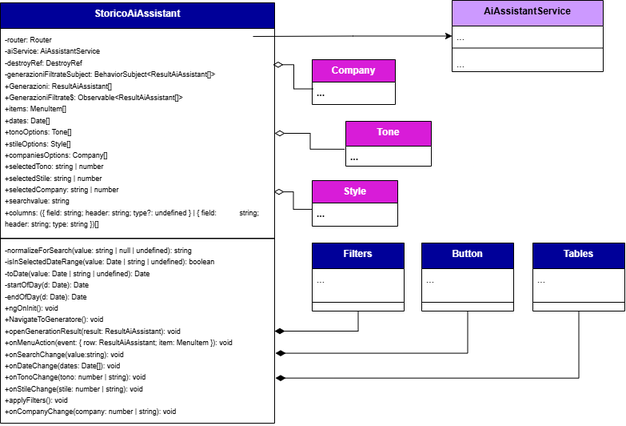
Earlier version of the draw.io export PB/SPECIFICA TECNICA/ImmaginiSpecificaTecnica/Frontend/storico-ai-assistant-page.drawio.png (BugBustersUnipd/DocumentazioneSWE). Source tidied: cells renumbered, new cells last; positions are measured from the earlier drawing's top-left corner, leaving out a move shared by most shapes.
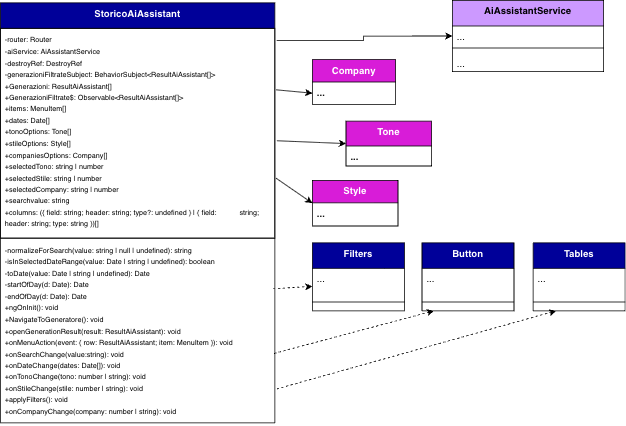
Above is the later version.

What changed in the source:
```diff
@@ -23,80 +23,76 @@
     <mxCell id="8" style="line;strokeWidth=1;fillColor=none;align=left;verticalAlign=middle;spacingTop=-1;spacingLeft=3;spacingRight=3;labelPosition=right;labelBackgroundColor=none;" parent="6" vertex="1">
       <mxGeometry y="63" width="115" height="22" as="geometry" />
     </mxCell>
-    <mxCell id="9" style="edgeStyle=orthogonalEdgeStyle;shape=connector;rounded=0;jettySize=auto;html=1;exitX=0.5;exitY=1;exitDx=0;exitDy=0;strokeColor=default;align=center;verticalAlign=middle;fontFamily=Helvetica;fontSize=11;fontColor=default;labelBackgroundColor=default;endArrow=diamondThin;endFill=1;endSize=10;" parent="1" edge="1" source="10" target="5">
-      <mxGeometry relative="1" as="geometry" />
+    <mxCell id="9" value="Filters" style="swimlane;fontStyle=1;align=center;verticalAlign=top;horizontal=1;startSize=32;whiteSpace=wrap;html=1;labelBackgroundColor=none;fillColor=#000099;strokeColor=default;fontColor=#ffffff;" parent="1" vertex="1">
+      <mxGeometry x="390" y="303" width="115" height="85" as="geometry" />
     </mxCell>
-    <mxCell id="10" value="Filters" style="swimlane;fontStyle=1;align=center;verticalAlign=top;horizontal=1;startSize=32;whiteSpace=wrap;html=1;labelBackgroundColor=none;fillColor=#000099;strokeColor=default;fontColor=#ffffff;" parent="1" vertex="1">
-      <mxGeometry x="390" y="303" width="115" height="85" as="geometry" />
+    <mxCell id="10" value="..." style="text;strokeColor=none;fillColor=none;align=left;verticalAlign=top;spacingLeft=4;spacingRight=4;overflow=hidden;points=[[0,0.5],[1,0.5]];portConstraint=eastwest;whiteSpace=wrap;html=1;labelBackgroundColor=none;" parent="9" vertex="1">
+      <mxGeometry y="32" width="115" height="31" as="geometry" />
     </mxCell>
-    <mxCell id="11" value="..." style="text;strokeColor=none;fillColor=none;align=left;verticalAlign=top;spacingLeft=4;spacingRight=4;overflow=hidden;whiteSpace=wrap;html=1;labelBackgroundColor=none;" parent="10" vertex="1">
-      <mxGeometry y="32" width="115" height="31" as="geometry" />
+    <mxCell id="11" style="line;strokeWidth=1;fillColor=none;align=left;verticalAlign=middle;spacingTop=-1;spacingLeft=3;spacingRight=3;labelPosition=right;labelBackgroundColor=none;" parent="9" vertex="1">
+      <mxGeometry y="63" width="115" height="22" as="geometry" />
     </mxCell>
-    <mxCell id="12" style="line;strokeWidth=1;fillColor=none;align=left;verticalAlign=middle;spacingTop=-1;spacingLeft=3;spacingRight=3;labelPosition=right;labelBackgroundColor=none;" parent="10" vertex="1">
-      <mxGeometry y="63" width="115" height="22" as="geometry" />
+    <mxCell id="12" value="Button" style="swimlane;fontStyle=1;align=center;verticalAlign=top;horizontal=1;startSize=32;whiteSpace=wrap;html=1;labelBackgroundColor=none;fillColor=#000099;strokeColor=default;fontColor=#ffffff;" parent="1" vertex="1">
+      <mxGeometry x="527" y="303" width="115" height="85" as="geometry" />
     </mxCell>
-    <mxCell id="13" value="Button" style="swimlane;fontStyle=1;align=center;verticalAlign=top;horizontal=1;startSize=32;whiteSpace=wrap;html=1;labelBackgroundColor=none;fillColor=#000099;strokeColor=default;fontColor=#ffffff;" parent="1" vertex="1">
-      <mxGeometry x="527" y="303" width="115" height="85" as="geometry" />
+    <mxCell id="13" value="..." style="text;strokeColor=none;fillColor=none;align=left;verticalAlign=top;spacingLeft=4;spacingRight=4;overflow=hidden;points=[[0,0.5],[1,0.5]];portConstraint=eastwest;whiteSpace=wrap;html=1;labelBackgroundColor=none;" parent="12" vertex="1">
+      <mxGeometry y="32" width="115" height="31" as="geometry" />
     </mxCell>
-    <mxCell id="14" value="..." style="text;strokeColor=none;fillColor=none;align=left;verticalAlign=top;spacingLeft=4;spacingRight=4;overflow=hidden;whiteSpace=wrap;html=1;labelBackgroundColor=none;" parent="13" vertex="1">
-      <mxGeometry y="32" width="115" height="31" as="geometry" />
+    <mxCell id="14" style="line;strokeWidth=1;fillColor=none;align=left;verticalAlign=middle;spacingTop=-1;spacingLeft=3;spacingRight=3;labelPosition=right;labelBackgroundColor=none;" parent="12" vertex="1">
+      <mxGeometry y="63" width="115" height="22" as="geometry" />
     </mxCell>
-    <mxCell id="15" style="line;strokeWidth=1;fillColor=none;align=left;verticalAlign=middle;spacingTop=-1;spacingLeft=3;spacingRight=3;labelPosition=right;points=[];portConstraint=eastwest;labelBackgroundColor=none;" parent="13" vertex="1">
-      <mxGeometry y="63" width="115" height="22" as="geometry" />
+    <mxCell id="15" value="&lt;span style=&quot;color: light-dark(rgb(0, 0, 0), rgb(20, 20, 20));&quot;&gt;AiAssistantService&lt;/span&gt;" style="swimlane;fontStyle=1;align=center;verticalAlign=top;horizontal=1;startSize=32;whiteSpace=wrap;html=1;labelBackgroundColor=none;fillColor=#CC99FF;strokeColor=default;fontColor=#ffffff;" parent="1" vertex="1">
+      <mxGeometry x="565" width="189" height="89" as="geometry" />
     </mxCell>
-    <mxCell id="16" style="edgeStyle=orthogonalEdgeStyle;shape=connector;rounded=0;jettySize=auto;html=1;exitX=0;exitY=0.5;exitDx=0;exitDy=0;entryX=0.994;entryY=0.173;entryDx=0;entryDy=0;entryPerimeter=0;strokeColor=default;align=center;verticalAlign=middle;fontFamily=Helvetica;fontSize=11;fontColor=default;labelBackgroundColor=default;endArrow=diamondThin;endFill=0;endSize=10;" parent="1" edge="1" target="3">
-      <mxGeometry relative="1" as="geometry">
-        <mxPoint x="391" y="110.5" as="sourcePoint" />
-      </mxGeometry>
+    <mxCell id="16" value="..." style="text;strokeColor=none;fillColor=none;align=left;verticalAlign=top;spacingLeft=4;spacingRight=4;overflow=hidden;whiteSpace=wrap;html=1;labelBackgroundColor=none;" parent="15" vertex="1">
+      <mxGeometry y="32" width="189" height="21" as="geometry" />
     </mxCell>
-    <mxCell id="17" style="edgeStyle=orthogonalEdgeStyle;shape=connector;rounded=0;jettySize=auto;html=1;exitX=-0.013;exitY=0.154;exitDx=0;exitDy=0;strokeColor=default;align=center;verticalAlign=middle;fontFamily=Helvetica;fontSize=11;fontColor=default;labelBackgroundColor=default;endArrow=diamondThin;endFill=0;endSize=10;exitPerimeter=0;" parent="1" edge="1" source="27" target="3">
-      <mxGeometry relative="1" as="geometry" />
+    <mxCell id="17" style="line;strokeWidth=1;fillColor=none;align=left;verticalAlign=middle;spacingTop=-1;spacingLeft=3;spacingRight=3;labelPosition=right;labelBackgroundColor=none;" parent="15" vertex="1">
+      <mxGeometry y="53" width="189" height="13" as="geometry" />
     </mxCell>
-    <mxCell id="18" style="edgeStyle=orthogonalEdgeStyle;shape=connector;rounded=0;jettySize=auto;html=1;exitX=0;exitY=0.5;exitDx=0;exitDy=0;entryX=0.997;entryY=0.779;entryDx=0;entryDy=0;entryPerimeter=0;strokeColor=default;align=center;verticalAlign=middle;fontFamily=Helvetica;fontSize=11;fontColor=default;labelBackgroundColor=default;endArrow=diamondThin;endFill=0;endSize=10;" parent="1" edge="1" target="3">
-      <mxGeometry relative="1" as="geometry">
-        <mxPoint x="390" y="260.9" as="sourcePoint" />
-      </mxGeometry>
+    <mxCell id="18" value="..." style="text;strokeColor=none;fillColor=none;align=left;verticalAlign=top;spacingLeft=4;spacingRight=4;overflow=hidden;whiteSpace=wrap;html=1;labelBackgroundColor=none;" parent="15" vertex="1">
+      <mxGeometry y="66" width="189" height="23" as="geometry" />
     </mxCell>
-    <mxCell id="19" value="&lt;span style=&quot;color: light-dark(rgb(0, 0, 0), rgb(20, 20, 20));&quot;&gt;AiAssistantService&lt;/span&gt;" style="swimlane;fontStyle=1;align=center;verticalAlign=top;horizontal=1;startSize=32;whiteSpace=wrap;html=1;labelBackgroundColor=none;fillColor=#CC99FF;strokeColor=default;fontColor=#ffffff;" parent="1" vertex="1">
-      <mxGeometry x="565" width="189" height="89" as="geometry" />
+    <mxCell id="19" style="edgeStyle=orthogonalEdgeStyle;shape=connector;rounded=0;jettySize=auto;html=1;exitX=0;exitY=0.5;exitDx=0;exitDy=0;strokeColor=default;align=center;verticalAlign=middle;fontFamily=Helvetica;fontSize=11;fontColor=default;labelBackgroundColor=default;endArrow=none;endFill=0;endSize=10;startArrow=classic;startFill=1;entryX=1.006;entryY=0.057;entryDx=0;entryDy=0;entryPerimeter=0;" parent="1" edge="1" source="15" target="3">
+      <mxGeometry relative="1" as="geometry" />
     </mxCell>
-    <mxCell id="20" value="..." style="text;strokeColor=none;fillColor=none;align=left;verticalAlign=top;spacingLeft=4;spacingRight=4;overflow=hidden;points=[[0,0.5],[1,0.5]];portConstraint=eastwest;whiteSpace=wrap;html=1;labelBackgroundColor=none;" parent="19" vertex="1">
-      <mxGeometry y="32" width="189" height="21" as="geometry" />
+    <mxCell id="20" value="&lt;div&gt;Tone&lt;/div&gt;" style="swimlane;fontStyle=1;align=center;verticalAlign=top;horizontal=1;startSize=31;whiteSpace=wrap;html=1;labelBackgroundColor=none;fillColor=#D81CD8;strokeColor=default;fontFamily=Helvetica;fontSize=12;fontColor=#ffffff;" parent="1" vertex="1">
+      <mxGeometry x="432" y="151" width="107" height="56" as="geometry" />
     </mxCell>
-    <mxCell id="21" style="line;strokeWidth=1;fillColor=none;align=left;verticalAlign=middle;spacingTop=-1;spacingLeft=3;spacingRight=3;labelPosition=right;labelBackgroundColor=none;" parent="19" vertex="1">
-      <mxGeometry y="53" width="189" height="13" as="geometry" />
+    <mxCell id="21" value="&lt;span style=&quot;color: rgb(20, 20, 20);&quot;&gt;...&lt;/span&gt;" style="text;strokeColor=none;fillColor=none;align=left;verticalAlign=top;spacingLeft=4;spacingRight=4;overflow=hidden;whiteSpace=wrap;html=1;labelBackgroundColor=none;fontFamily=Helvetica;fontSize=12;fontColor=#ffffff;fontStyle=1;horizontal=1;" parent="20" vertex="1">
+      <mxGeometry y="31" width="107" height="25" as="geometry" />
     </mxCell>
-    <mxCell id="22" value="..." style="text;strokeColor=none;fillColor=none;align=left;verticalAlign=top;spacingLeft=4;spacingRight=4;overflow=hidden;points=[[0,0.5],[1,0.5]];portConstraint=eastwest;whiteSpace=wrap;html=1;labelBackgroundColor=none;" parent="19" vertex="1">
-      <mxGeometry y="66" width="189" height="23" as="geometry" />
+    <mxCell id="22" value="&lt;div&gt;Style&lt;/div&gt;&lt;div&gt;&lt;br&gt;&lt;/div&gt;" style="swimlane;fontStyle=1;align=center;verticalAlign=top;horizontal=1;startSize=28;whiteSpace=wrap;html=1;labelBackgroundColor=none;fillColor=#D81CD8;strokeColor=default;fontFamily=Helvetica;fontSize=12;fontColor=#ffffff;" parent="1" vertex="1">
+      <mxGeometry x="390" y="225" width="107" height="57" as="geometry" />
     </mxCell>
-    <mxCell id="23" style="edgeStyle=orthogonalEdgeStyle;shape=connector;rounded=0;jettySize=auto;html=1;exitX=0;exitY=0.5;exitDx=0;exitDy=0;strokeColor=default;align=center;verticalAlign=middle;fontFamily=Helvetica;fontSize=11;fontColor=default;labelBackgroundColor=default;endArrow=none;endFill=0;endSize=10;startArrow=classic;startFill=1;" parent="1" edge="1" source="19">
-      <mxGeometry relative="1" as="geometry">
-        <mxPoint x="316" y="45" as="targetPoint" />
-      </mxGeometry>
+    <mxCell id="23" value="&lt;span style=&quot;color: rgb(20, 20, 20);&quot;&gt;...&lt;/span&gt;" style="text;strokeColor=none;fillColor=none;align=left;verticalAlign=top;spacingLeft=4;spacingRight=4;overflow=hidden;whiteSpace=wrap;html=1;labelBackgroundColor=none;fontFamily=Helvetica;fontSize=12;fontColor=#ffffff;fontStyle=1;horizontal=1;" parent="22" vertex="1">
+      <mxGeometry y="28" width="107" height="29" as="geometry" />
     </mxCell>
-    <mxCell id="24" style="edgeStyle=orthogonalEdgeStyle;shape=connector;rounded=0;jettySize=auto;html=1;exitX=0.5;exitY=1;exitDx=0;exitDy=0;entryX=1.003;entryY=0.62;entryDx=0;entryDy=0;entryPerimeter=0;strokeColor=default;align=center;verticalAlign=middle;fontFamily=Helvetica;fontSize=11;fontColor=default;labelBackgroundColor=default;endArrow=diamondThin;endFill=1;endSize=10;" parent="1" edge="1" source="13" target="5">
-      <mxGeometry relative="1" as="geometry" />
+    <mxCell id="24" value="&lt;div&gt;Company&lt;/div&gt;" style="swimlane;fontStyle=1;align=center;verticalAlign=top;horizontal=1;startSize=28;whiteSpace=wrap;html=1;labelBackgroundColor=none;fillColor=#D81CD8;strokeColor=default;fontFamily=Helvetica;fontSize=12;fontColor=#ffffff;" parent="1" vertex="1">
+      <mxGeometry x="390" y="74" width="104" height="56" as="geometry" />
     </mxCell>
-    <mxCell id="25" style="edgeStyle=orthogonalEdgeStyle;shape=connector;rounded=0;jettySize=auto;html=1;exitX=0.5;exitY=1;exitDx=0;exitDy=0;entryX=1.003;entryY=0.755;entryDx=0;entryDy=0;entryPerimeter=0;strokeColor=default;align=center;verticalAlign=middle;fontFamily=Helvetica;fontSize=11;fontColor=default;labelBackgroundColor=default;endArrow=diamondThin;endFill=1;endSize=10;" parent="1" edge="1" source="6" target="5">
-      <mxGeometry relative="1" as="geometry" />
+    <mxCell id="25" value="&lt;span style=&quot;color: rgb(20, 20, 20);&quot;&gt;...&lt;/span&gt;" style="text;strokeColor=none;fillColor=none;align=left;verticalAlign=top;spacingLeft=4;spacingRight=4;overflow=hidden;points=[[0,0.5],[1,0.5]];portConstraint=eastwest;whiteSpace=wrap;html=1;labelBackgroundColor=none;fontFamily=Helvetica;fontSize=12;fontColor=#ffffff;fontStyle=1;horizontal=1;" parent="24" vertex="1">
+      <mxGeometry y="28" width="104" height="28" as="geometry" />
     </mxCell>
-    <mxCell id="26" value="&lt;div&gt;Tone&lt;/div&gt;" style="swimlane;fontStyle=1;align=center;verticalAlign=top;horizontal=1;startSize=31;whiteSpace=wrap;html=1;labelBackgroundColor=none;fillColor=#D81CD8;strokeColor=default;fontFamily=Helvetica;fontSize=12;fontColor=#ffffff;" parent="1" vertex="1">
-      <mxGeometry x="432" y="151" width="107" height="56" as="geometry" />
+    <mxCell id="26" style="rounded=0;jettySize=auto;html=1;entryX=0;entryY=0.727;entryDx=0;entryDy=0;dashed=1;strokeColor=default;shadow=0;flowAnimation=0;exitX=0.994;exitY=0.271;exitDx=0;exitDy=0;exitPerimeter=0;entryPerimeter=0;" parent="1" edge="1" source="5" target="10">
+      <mxGeometry relative="1" as="geometry" />
     </mxCell>
-    <mxCell id="27" value="&lt;span style=&quot;color: rgb(20, 20, 20);&quot;&gt;...&lt;/span&gt;" style="text;strokeColor=none;fillColor=none;align=left;verticalAlign=top;spacingLeft=4;spacingRight=4;overflow=hidden;points=[[0,0.5],[1,0.5]];portConstraint=eastwest;whiteSpace=wrap;html=1;labelBackgroundColor=none;fontFamily=Helvetica;fontSize=12;fontColor=#ffffff;fontStyle=1;horizontal=1;" parent="26" vertex="1">
-      <mxGeometry y="31" width="107" height="25" as="geometry" />
+    <mxCell id="27" style="rounded=0;jettySize=auto;html=1;dashed=1;strokeColor=default;shadow=0;flowAnimation=0;exitX=0.997;exitY=0.623;exitDx=0;exitDy=0;exitPerimeter=0;" parent="1" edge="1" source="5">
+      <mxGeometry relative="1" as="geometry">
+        <mxPoint x="542" y="388" as="targetPoint" />
+      </mxGeometry>
     </mxCell>
-    <mxCell id="28" value="&lt;div&gt;Style&lt;/div&gt;&lt;div&gt;&lt;br&gt;&lt;/div&gt;" style="swimlane;fontStyle=1;align=center;verticalAlign=top;horizontal=1;startSize=28;whiteSpace=wrap;html=1;labelBackgroundColor=none;fillColor=#D81CD8;strokeColor=default;fontFamily=Helvetica;fontSize=12;fontColor=#ffffff;" parent="1" vertex="1">
-      <mxGeometry x="390" y="225" width="107" height="57" as="geometry" />
+    <mxCell id="28" style="rounded=0;jettySize=auto;html=1;entryX=0.25;entryY=1;entryDx=0;entryDy=0;dashed=1;strokeColor=default;shadow=0;flowAnimation=0;exitX=1.007;exitY=0.816;exitDx=0;exitDy=0;exitPerimeter=0;" parent="1" edge="1" source="5" target="6">
+      <mxGeometry relative="1" as="geometry" />
     </mxCell>
-    <mxCell id="29" value="&lt;span style=&quot;color: rgb(20, 20, 20);&quot;&gt;...&lt;/span&gt;" style="text;strokeColor=none;fillColor=none;align=left;verticalAlign=top;spacingLeft=4;spacingRight=4;overflow=hidden;whiteSpace=wrap;html=1;labelBackgroundColor=none;fontFamily=Helvetica;fontSize=12;fontColor=#ffffff;fontStyle=1;horizontal=1;" parent="28" vertex="1">
-      <mxGeometry y="28" width="107" height="29" as="geometry" />
+    <mxCell id="29" style="endArrow=classic;html=1;rounded=0;exitX=1.005;exitY=0.293;exitDx=0;exitDy=0;exitPerimeter=0;entryX=0;entryY=0.5;entryDx=0;entryDy=0;" parent="1" edge="1" source="3" target="25">
+      <mxGeometry relative="1" as="geometry" />
     </mxCell>
-    <mxCell id="30" value="&lt;div&gt;Company&lt;/div&gt;" style="swimlane;fontStyle=1;align=center;verticalAlign=top;horizontal=1;startSize=28;whiteSpace=wrap;html=1;labelBackgroundColor=none;fillColor=#D81CD8;strokeColor=default;fontFamily=Helvetica;fontSize=12;fontColor=#ffffff;" parent="1" vertex="1">
-      <mxGeometry x="390" y="74" width="104" height="56" as="geometry" />
+    <mxCell id="30" style="endArrow=classic;html=1;rounded=0;exitX=1.008;exitY=0.536;exitDx=0;exitDy=0;exitPerimeter=0;entryX=0;entryY=0.5;entryDx=0;entryDy=0;" parent="1" edge="1" source="3" target="20">
+      <mxGeometry relative="1" as="geometry" />
     </mxCell>
-    <mxCell id="31" value="&lt;span style=&quot;color: rgb(20, 20, 20);&quot;&gt;...&lt;/span&gt;" style="text;strokeColor=none;fillColor=none;align=left;verticalAlign=top;spacingLeft=4;spacingRight=4;overflow=hidden;whiteSpace=wrap;html=1;labelBackgroundColor=none;fontFamily=Helvetica;fontSize=12;fontColor=#ffffff;fontStyle=1;horizontal=1;" parent="30" vertex="1">
-      <mxGeometry y="28" width="104" height="28" as="geometry" />
+    <mxCell id="31" style="endArrow=classic;html=1;rounded=0;exitX=1.005;exitY=0.715;exitDx=0;exitDy=0;exitPerimeter=0;entryX=0;entryY=0.5;entryDx=0;entryDy=0;" parent="1" edge="1" source="3" target="22">
+      <mxGeometry relative="1" as="geometry" />
     </mxCell>
   </root>
 </mxGraphModel>
```
